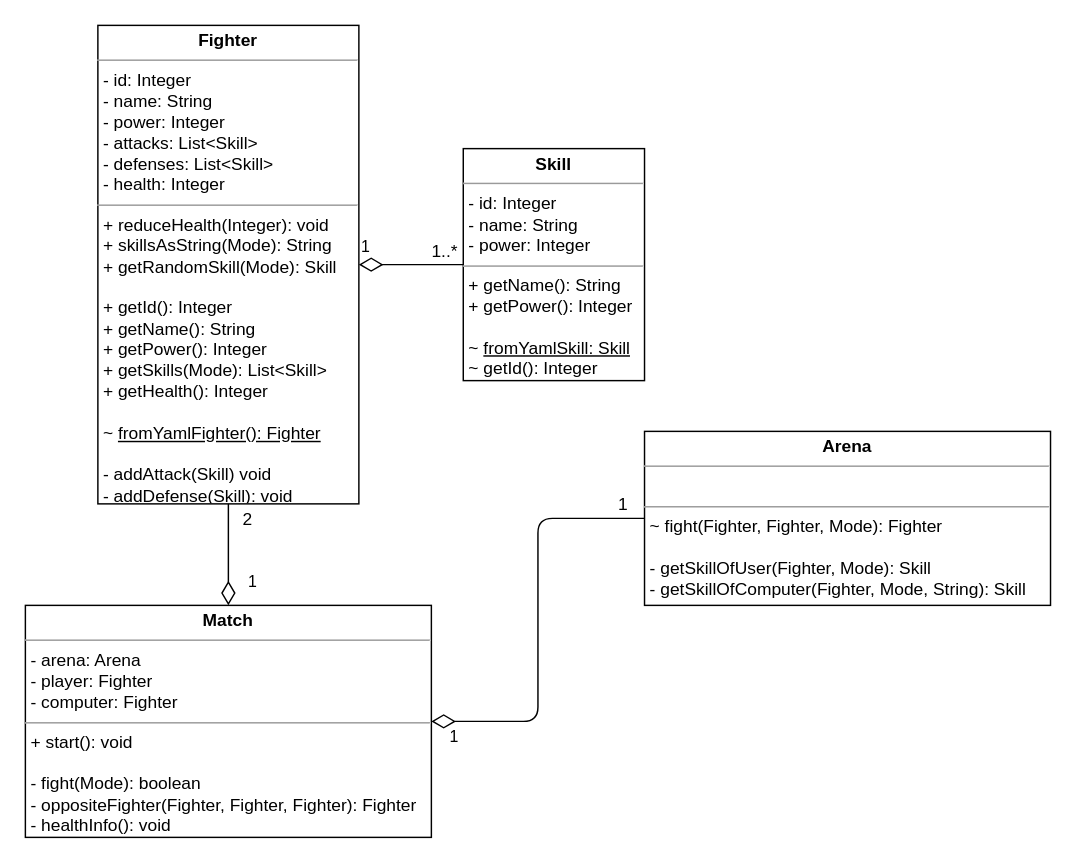
The draw.io diagram docs/img/UML.drawio in yannickkirschen/console-arena, before the edit. Source tidied: cells renumbered, new cells numbered last; positions are measured from the earlier drawing's top-left corner, leaving out a move shared by most shapes. Both pictures are drawn from the tidied source at 145%, with x=0, y=0 at pixel (25, 25).
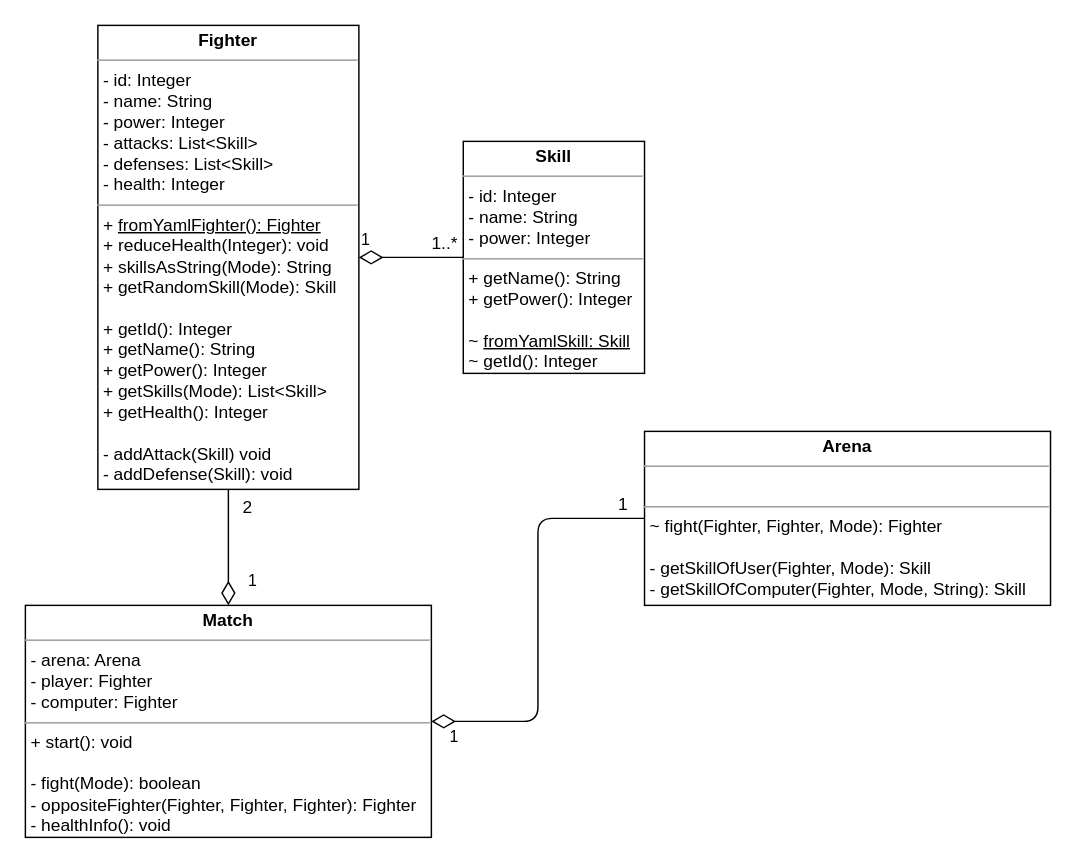
The same page after the edit.

Commit message (it also covers changes not shown here):
Fixed UML diagram

The edit, as a diff of the source:
```diff
@@
 <mxGraphModel>
   <root>
     <mxCell id="0" />
     <mxCell id="1" parent="0" />
-    <mxCell id="2" value="&lt;p style=&quot;margin: 0px ; margin-top: 4px ; text-align: center&quot;&gt;&lt;b&gt;Fighter&lt;/b&gt;&lt;/p&gt;&lt;hr size=&quot;1&quot;&gt;&lt;p style=&quot;margin: 0px ; margin-left: 4px&quot;&gt;- id: Integer&lt;/p&gt;&lt;p style=&quot;margin: 0px ; margin-left: 4px&quot;&gt;- name: String&lt;/p&gt;&lt;p style=&quot;margin: 0px ; margin-left: 4px&quot;&gt;- power: Integer&lt;/p&gt;&lt;p style=&quot;margin: 0px ; margin-left: 4px&quot;&gt;- attacks: List&amp;lt;Skill&amp;gt;&lt;/p&gt;&lt;p style=&quot;margin: 0px ; margin-left: 4px&quot;&gt;- defenses: List&amp;lt;Skill&amp;gt;&lt;/p&gt;&lt;p style=&quot;margin: 0px ; margin-left: 4px&quot;&gt;- health: Integer&lt;br&gt;&lt;/p&gt;&lt;hr size=&quot;1&quot;&gt;&lt;p style=&quot;margin: 0px ; margin-left: 4px&quot;&gt;&lt;span&gt;+ reduceHealth(Integer): void&lt;/span&gt;&lt;br&gt;&lt;/p&gt;&lt;p style=&quot;margin: 0px ; margin-left: 4px&quot;&gt;+ skillsAsString(Mode): String&lt;/p&gt;&lt;p style=&quot;margin: 0px ; margin-left: 4px&quot;&gt;+ getRandomSkill(Mode): Skill&lt;/p&gt;&lt;p style=&quot;margin: 0px ; margin-left: 4px&quot;&gt;&lt;br&gt;&lt;/p&gt;&lt;p style=&quot;margin: 0px ; margin-left: 4px&quot;&gt;+ getId(): Integer&lt;br&gt;&lt;/p&gt;&lt;p style=&quot;margin: 0px ; margin-left: 4px&quot;&gt;+ getName(): String&lt;/p&gt;&lt;p style=&quot;margin: 0px ; margin-left: 4px&quot;&gt;+ getPower(): Integer&lt;/p&gt;&lt;p style=&quot;margin: 0px ; margin-left: 4px&quot;&gt;+ getSkills(Mode): List&amp;lt;Skill&amp;gt;&lt;/p&gt;&lt;p style=&quot;margin: 0px ; margin-left: 4px&quot;&gt;+ getHealth(): Integer&lt;/p&gt;&lt;p style=&quot;margin: 0px ; margin-left: 4px&quot;&gt;&lt;br&gt;&lt;/p&gt;&lt;p style=&quot;margin: 0px ; margin-left: 4px&quot;&gt;~&amp;nbsp;&lt;u&gt;fromYamlFighter(): Fighter&lt;/u&gt;&lt;/p&gt;&lt;p style=&quot;margin: 0px ; margin-left: 4px&quot;&gt;&lt;br&gt;&lt;/p&gt;&lt;p style=&quot;margin: 0px ; margin-left: 4px&quot;&gt;- addAttack(Skill) void&lt;/p&gt;&lt;p style=&quot;margin: 0px ; margin-left: 4px&quot;&gt;- addDefense(Skill): void&lt;/p&gt;" style="verticalAlign=top;align=left;overflow=fill;fontSize=12;fontFamily=Helvetica;html=1;" parent="1" vertex="1">
-      <mxGeometry x="50" width="180" height="330" as="geometry" />
+    <mxCell id="2" value="&lt;p style=&quot;margin: 0px ; margin-top: 4px ; text-align: center&quot;&gt;&lt;b&gt;Fighter&lt;/b&gt;&lt;/p&gt;&lt;hr size=&quot;1&quot;&gt;&lt;p style=&quot;margin: 0px ; margin-left: 4px&quot;&gt;- id: Integer&lt;/p&gt;&lt;p style=&quot;margin: 0px ; margin-left: 4px&quot;&gt;- name: String&lt;/p&gt;&lt;p style=&quot;margin: 0px ; margin-left: 4px&quot;&gt;- power: Integer&lt;/p&gt;&lt;p style=&quot;margin: 0px ; margin-left: 4px&quot;&gt;- attacks: List&amp;lt;Skill&amp;gt;&lt;/p&gt;&lt;p style=&quot;margin: 0px ; margin-left: 4px&quot;&gt;- defenses: List&amp;lt;Skill&amp;gt;&lt;/p&gt;&lt;p style=&quot;margin: 0px ; margin-left: 4px&quot;&gt;- health: Integer&lt;br&gt;&lt;/p&gt;&lt;hr size=&quot;1&quot;&gt;&lt;p style=&quot;margin: 0px ; margin-left: 4px&quot;&gt;+&amp;nbsp;&lt;u&gt;fromYamlFighter(): Fighter&lt;/u&gt;&lt;span&gt;&lt;br&gt;&lt;/span&gt;&lt;/p&gt;&lt;p style=&quot;margin: 0px ; margin-left: 4px&quot;&gt;&lt;span&gt;+ reduceHealth(Integer): void&lt;/span&gt;&lt;br&gt;&lt;/p&gt;&lt;p style=&quot;margin: 0px ; margin-left: 4px&quot;&gt;+ skillsAsString(Mode): String&lt;/p&gt;&lt;p style=&quot;margin: 0px ; margin-left: 4px&quot;&gt;+ getRandomSkill(Mode): Skill&lt;/p&gt;&lt;p style=&quot;margin: 0px ; margin-left: 4px&quot;&gt;&lt;br&gt;&lt;/p&gt;&lt;p style=&quot;margin: 0px ; margin-left: 4px&quot;&gt;+ getId(): Integer&lt;br&gt;&lt;/p&gt;&lt;p style=&quot;margin: 0px ; margin-left: 4px&quot;&gt;+ getName(): String&lt;/p&gt;&lt;p style=&quot;margin: 0px ; margin-left: 4px&quot;&gt;+ getPower(): Integer&lt;/p&gt;&lt;p style=&quot;margin: 0px ; margin-left: 4px&quot;&gt;+ getSkills(Mode): List&amp;lt;Skill&amp;gt;&lt;/p&gt;&lt;p style=&quot;margin: 0px ; margin-left: 4px&quot;&gt;+ getHealth(): Integer&lt;/p&gt;&lt;p style=&quot;margin: 0px ; margin-left: 4px&quot;&gt;&lt;br&gt;&lt;/p&gt;&lt;p style=&quot;margin: 0px ; margin-left: 4px&quot;&gt;- addAttack(Skill) void&lt;/p&gt;&lt;p style=&quot;margin: 0px ; margin-left: 4px&quot;&gt;- addDefense(Skill): void&lt;/p&gt;" style="verticalAlign=top;align=left;overflow=fill;fontSize=12;fontFamily=Helvetica;html=1;" parent="1" vertex="1">
+      <mxGeometry x="50" width="180" height="320" as="geometry" />
     </mxCell>
     <mxCell id="3" value="&lt;p style=&quot;margin: 0px ; margin-top: 4px ; text-align: center&quot;&gt;&lt;b&gt;Skill&lt;/b&gt;&lt;/p&gt;&lt;hr size=&quot;1&quot;&gt;&lt;p style=&quot;margin: 0px 0px 0px 4px&quot;&gt;- id: Integer&lt;/p&gt;&lt;p style=&quot;margin: 0px 0px 0px 4px&quot;&gt;- name: String&lt;/p&gt;&lt;p style=&quot;margin: 0px 0px 0px 4px&quot;&gt;- power: Integer&lt;br&gt;&lt;/p&gt;&lt;hr size=&quot;1&quot;&gt;&lt;p style=&quot;margin: 0px ; margin-left: 4px&quot;&gt;+ getName(): String&lt;/p&gt;&lt;p style=&quot;margin: 0px ; margin-left: 4px&quot;&gt;+ getPower(): Integer&lt;br style=&quot;padding: 0px ; margin: 0px&quot;&gt;&lt;br&gt;~&amp;nbsp;&lt;u&gt;fromYamlSkill: Skill&lt;/u&gt;&lt;br style=&quot;padding: 0px ; margin: 0px&quot;&gt;~ getId(): Integer&lt;/p&gt;" style="verticalAlign=top;align=left;overflow=fill;fontSize=12;fontFamily=Helvetica;html=1;" parent="1" vertex="1">
-      <mxGeometry x="302" y="85" width="125" height="160" as="geometry" />
+      <mxGeometry x="302" y="80" width="125" height="160" as="geometry" />
     </mxCell>
     <mxCell id="4" value="1" style="endArrow=none;html=1;endSize=12;startArrow=diamondThin;startSize=14;startFill=0;edgeStyle=orthogonalEdgeStyle;align=left;verticalAlign=bottom;strokeColor=#000000;endFill=0;exitX=1;exitY=0.5;exitDx=0;exitDy=0;entryX=0;entryY=0.5;entryDx=0;entryDy=0;" parent="1" edge="1" source="2" target="3">
       <mxGeometry x="-1" y="3" relative="1" as="geometry" />
     </mxCell>
     <mxCell id="5" value="1..*" style="text;html=1;align=center;verticalAlign=middle;labelBackgroundColor=#ffffff;" parent="4" vertex="1">
       <mxGeometry x="0.73" y="4" relative="1" as="geometry">
         <mxPoint x="-4" y="-6" as="offset" />
       </mxGeometry>
     </mxCell>
     <mxCell id="6" value="&lt;p style=&quot;margin: 0px ; margin-top: 4px ; text-align: center&quot;&gt;&lt;b&gt;Match&lt;/b&gt;&lt;/p&gt;&lt;hr size=&quot;1&quot;&gt;&lt;p style=&quot;margin: 0px 0px 0px 4px&quot;&gt;- arena: Arena&lt;/p&gt;&lt;p style=&quot;margin: 0px 0px 0px 4px&quot;&gt;- player: Fighter&lt;/p&gt;&lt;p style=&quot;margin: 0px 0px 0px 4px&quot;&gt;- computer: Fighter&lt;/p&gt;&lt;hr size=&quot;1&quot;&gt;&lt;p style=&quot;margin: 0px ; margin-left: 4px&quot;&gt;+ start(): void&lt;/p&gt;&lt;p style=&quot;margin: 0px ; margin-left: 4px&quot;&gt;&lt;br&gt;&lt;/p&gt;&lt;p style=&quot;margin: 0px ; margin-left: 4px&quot;&gt;- fight(Mode): boolean&lt;/p&gt;&lt;p style=&quot;margin: 0px ; margin-left: 4px&quot;&gt;&lt;span&gt;- oppositeFighter(Fighter, Fighter, Fighter): Fighter&lt;/span&gt;&lt;/p&gt;&lt;p style=&quot;margin: 0px ; margin-left: 4px&quot;&gt;&lt;span&gt;- healthInfo(): void&lt;/span&gt;&lt;/p&gt;" style="verticalAlign=top;align=left;overflow=fill;fontSize=12;fontFamily=Helvetica;html=1;" parent="1" vertex="1">
       <mxGeometry y="400" width="280" height="160" as="geometry" />
     </mxCell>
     <mxCell id="7" value="1" style="endArrow=none;html=1;endSize=12;startArrow=diamondThin;startSize=14;startFill=0;edgeStyle=orthogonalEdgeStyle;align=left;verticalAlign=bottom;strokeColor=#000000;endFill=0;exitX=0.5;exitY=0;exitDx=0;exitDy=0;entryX=0.5;entryY=1;entryDx=0;entryDy=0;" parent="1" edge="1" source="6" target="2">
       <mxGeometry x="-0.8" y="-12" relative="1" as="geometry" />
     </mxCell>
     <mxCell id="8" value="2" style="text;html=1;align=center;verticalAlign=middle;labelBackgroundColor=#ffffff;" parent="7" vertex="1">
       <mxGeometry x="0.73" y="4" relative="1" as="geometry">
         <mxPoint x="16" y="1" as="offset" />
       </mxGeometry>
     </mxCell>
     <mxCell id="9" value="&lt;p style=&quot;margin: 0px ; margin-top: 4px ; text-align: center&quot;&gt;&lt;b&gt;Arena&lt;/b&gt;&lt;/p&gt;&lt;hr size=&quot;1&quot;&gt;&lt;p style=&quot;margin: 0px 0px 0px 4px&quot;&gt;&lt;br&gt;&lt;/p&gt;&lt;hr size=&quot;1&quot;&gt;&lt;p style=&quot;margin: 0px ; margin-left: 4px&quot;&gt;&lt;span&gt;~ fight(Fighter, Fighter, Mode): Fighter&lt;/span&gt;&lt;br&gt;&lt;/p&gt;&lt;p style=&quot;margin: 0px ; margin-left: 4px&quot;&gt;&lt;span&gt;&lt;br&gt;&lt;/span&gt;&lt;/p&gt;&lt;p style=&quot;margin: 0px ; margin-left: 4px&quot;&gt;&lt;span&gt;- getSkillOfUser(Fighter, Mode): Skill&lt;/span&gt;&lt;/p&gt;&lt;p style=&quot;margin: 0px ; margin-left: 4px&quot;&gt;&lt;span&gt;- getSkillOfComputer(Fighter, Mode, String): Skill&lt;/span&gt;&lt;/p&gt;" style="verticalAlign=top;align=left;overflow=fill;fontSize=12;fontFamily=Helvetica;html=1;" parent="1" vertex="1">
       <mxGeometry x="427" y="280" width="280" height="120" as="geometry" />
     </mxCell>
     <mxCell id="10" value="1" style="endArrow=none;html=1;endSize=12;startArrow=diamondThin;startSize=14;startFill=0;edgeStyle=orthogonalEdgeStyle;align=left;verticalAlign=bottom;strokeColor=#000000;endFill=0;exitX=1;exitY=0.5;exitDx=0;exitDy=0;entryX=0;entryY=0.5;entryDx=0;entryDy=0;" parent="1" edge="1" source="6" target="9">
       <mxGeometry x="-0.92" y="-20" relative="1" as="geometry" />
     </mxCell>
     <mxCell id="11" value="1" style="text;html=1;align=center;verticalAlign=middle;labelBackgroundColor=#ffffff;" parent="10" vertex="1">
       <mxGeometry x="0.73" y="4" relative="1" as="geometry">
         <mxPoint x="23" y="-6" as="offset" />
       </mxGeometry>
     </mxCell>
   </root>
 </mxGraphModel>
```
